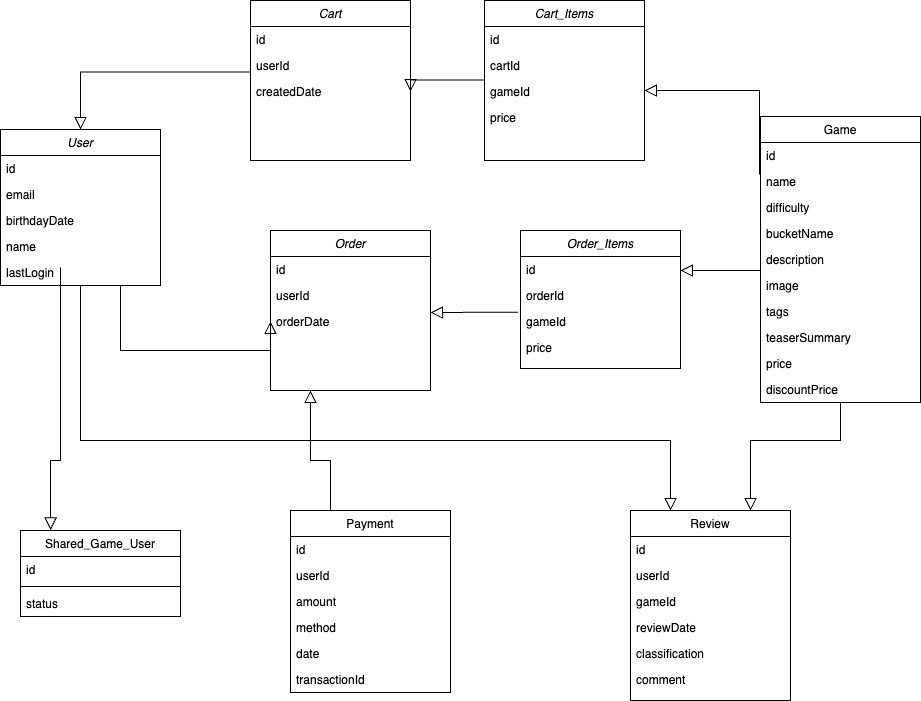
Earlier version of the draw.io export main_db.drawio.png (tomasferreiradesa/desarquivados-platform-db-schema). Source tidied: cells renumbered, new cells last; positions are measured from the earlier drawing's top-left corner, leaving out a move shared by most shapes.
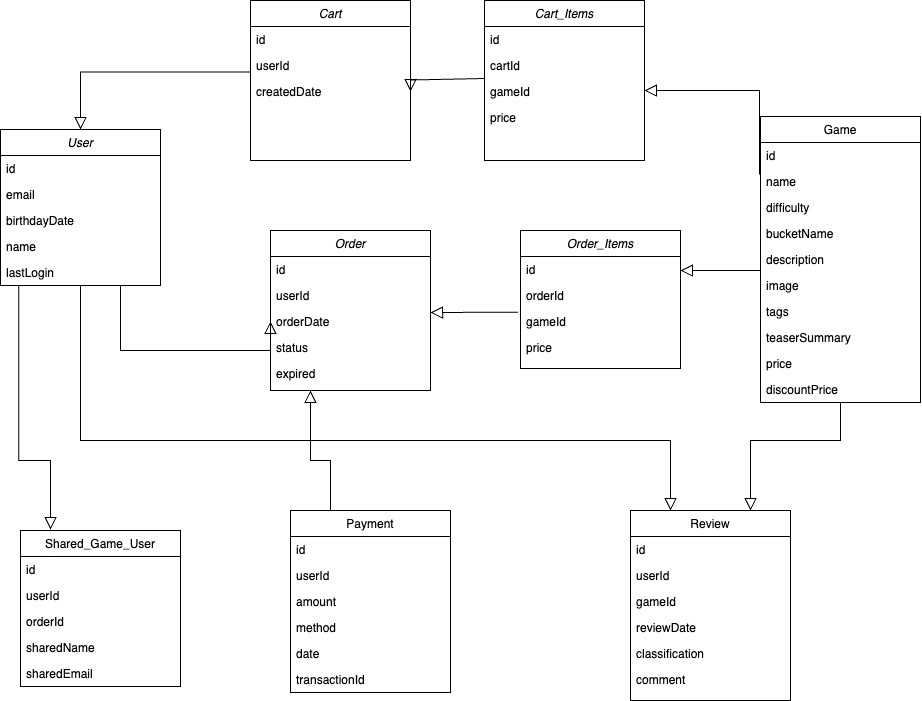
Above is the later version.

Change to the diagram source:
```diff
@@ -14,6 +14,12 @@
     <mxCell id="5" value="orderDate" style="text;align=left;verticalAlign=top;spacingLeft=4;spacingRight=4;overflow=hidden;points=[[0,0.5],[1,0.5]];portConstraint=eastwest;rounded=0;shadow=0;html=0;" parent="2" vertex="1">
       <mxGeometry y="78" width="160" height="26" as="geometry" />
     </mxCell>
+    <mxCell id="65" value="status" style="text;align=left;verticalAlign=top;spacingLeft=4;spacingRight=4;overflow=hidden;rounded=0;shadow=0;html=0;" parent="2" vertex="1">
+      <mxGeometry y="104" width="160" height="26" as="geometry" />
+    </mxCell>
+    <mxCell id="66" value="expired" style="text;align=left;verticalAlign=top;spacingLeft=4;spacingRight=4;overflow=hidden;rounded=0;shadow=0;html=0;" parent="2" vertex="1">
+      <mxGeometry y="130" width="160" height="26" as="geometry" />
+    </mxCell>
     <mxCell id="6" value="Review" style="swimlane;fontStyle=0;align=center;verticalAlign=top;horizontal=1;startSize=26;rounded=0;shadow=0;strokeWidth=1;" parent="1" vertex="1">
       <mxGeometry x="630" y="510" width="160" height="190" as="geometry" />
     </mxCell>
@@ -76,17 +82,23 @@
       <mxGeometry y="260" width="160" height="26" as="geometry" />
     </mxCell>
     <mxCell id="25" value="Shared_Game_User" style="swimlane;fontStyle=0;align=center;verticalAlign=top;horizontal=1;startSize=26;rounded=0;shadow=0;strokeWidth=1;" parent="1" vertex="1">
-      <mxGeometry x="20" y="530" width="160" height="86" as="geometry" />
+      <mxGeometry x="20" y="530" width="160" height="156" as="geometry" />
     </mxCell>
     <mxCell id="26" value="id" style="text;align=left;verticalAlign=top;spacingLeft=4;spacingRight=4;overflow=hidden;" parent="25" vertex="1">
       <mxGeometry y="26" width="160" height="26" as="geometry" />
     </mxCell>
-    <mxCell id="27" style="line;html=1;strokeWidth=1;align=left;verticalAlign=middle;spacingTop=-1;spacingLeft=3;spacingRight=3;labelPosition=right;" parent="25" vertex="1">
-      <mxGeometry y="52" width="160" height="8" as="geometry" />
-    </mxCell>
-    <mxCell id="28" value="status" style="text;align=left;verticalAlign=top;spacingLeft=4;spacingRight=4;overflow=hidden;" parent="25" vertex="1">
-      <mxGeometry y="60" width="160" height="26" as="geometry" />
+    <mxCell id="28" value="userId" style="text;align=left;verticalAlign=top;spacingLeft=4;spacingRight=4;overflow=hidden;" parent="25" vertex="1">
+      <mxGeometry y="52" width="160" height="26" as="geometry" />
     </mxCell>
+    <mxCell id="67" value="orderId" style="text;align=left;verticalAlign=top;spacingLeft=4;spacingRight=4;overflow=hidden;" parent="25" vertex="1">
+      <mxGeometry y="78" width="160" height="26" as="geometry" />
+    </mxCell>
+    <mxCell id="68" value="sharedName" style="text;align=left;verticalAlign=top;spacingLeft=4;spacingRight=4;overflow=hidden;" parent="25" vertex="1">
+      <mxGeometry y="104" width="160" height="26" as="geometry" />
+    </mxCell>
+    <mxCell id="69" value="sharedEmail" style="text;align=left;verticalAlign=top;spacingLeft=4;spacingRight=4;overflow=hidden;" parent="25" vertex="1">
+      <mxGeometry y="130" width="160" height="26" as="geometry" />
+    </mxCell>
     <mxCell id="29" style="endArrow=block;endSize=10;endFill=0;shadow=0;strokeWidth=1;rounded=0;edgeStyle=elbowEdgeStyle;elbow=vertical;entryX=0.25;entryY=1;entryDx=0;entryDy=0;exitX=0.25;exitY=0;exitDx=0;exitDy=0;" parent="1" edge="1" source="46" target="2">
       <mxGeometry relative="1" as="geometry">
         <Array as="points">
@@ -127,9 +139,8 @@
     <mxCell id="40" value="price" style="text;align=left;verticalAlign=top;spacingLeft=4;spacingRight=4;overflow=hidden;rounded=0;shadow=0;html=0;" parent="36" vertex="1">
       <mxGeometry y="104" width="160" height="26" as="geometry" />
     </mxCell>
-    <mxCell id="41" style="endArrow=block;endSize=10;endFill=0;shadow=0;strokeWidth=1;rounded=0;edgeStyle=elbowEdgeStyle;elbow=vertical;entryX=0.188;entryY=-0.006;entryDx=0;entryDy=0;exitX=0.188;exitY=-0.006;exitDx=0;exitDy=0;exitPerimeter=0;entryPerimeter=0;" parent="1" edge="1" target="25">
+    <mxCell id="41" style="endArrow=block;endSize=10;endFill=0;shadow=0;strokeWidth=1;rounded=0;edgeStyle=elbowEdgeStyle;elbow=vertical;entryX=0.188;entryY=-0.006;entryDx=0;entryDy=0;entryPerimeter=0;exitX=0.114;exitY=1.021;exitDx=0;exitDy=0;exitPerimeter=0;" parent="1" edge="1" source="35" target="25">
       <mxGeometry relative="1" as="geometry">
-        <mxPoint x="60" y="267" as="sourcePoint" />
         <Array as="points">
           <mxPoint x="120" y="460" />
         </Array>
```
